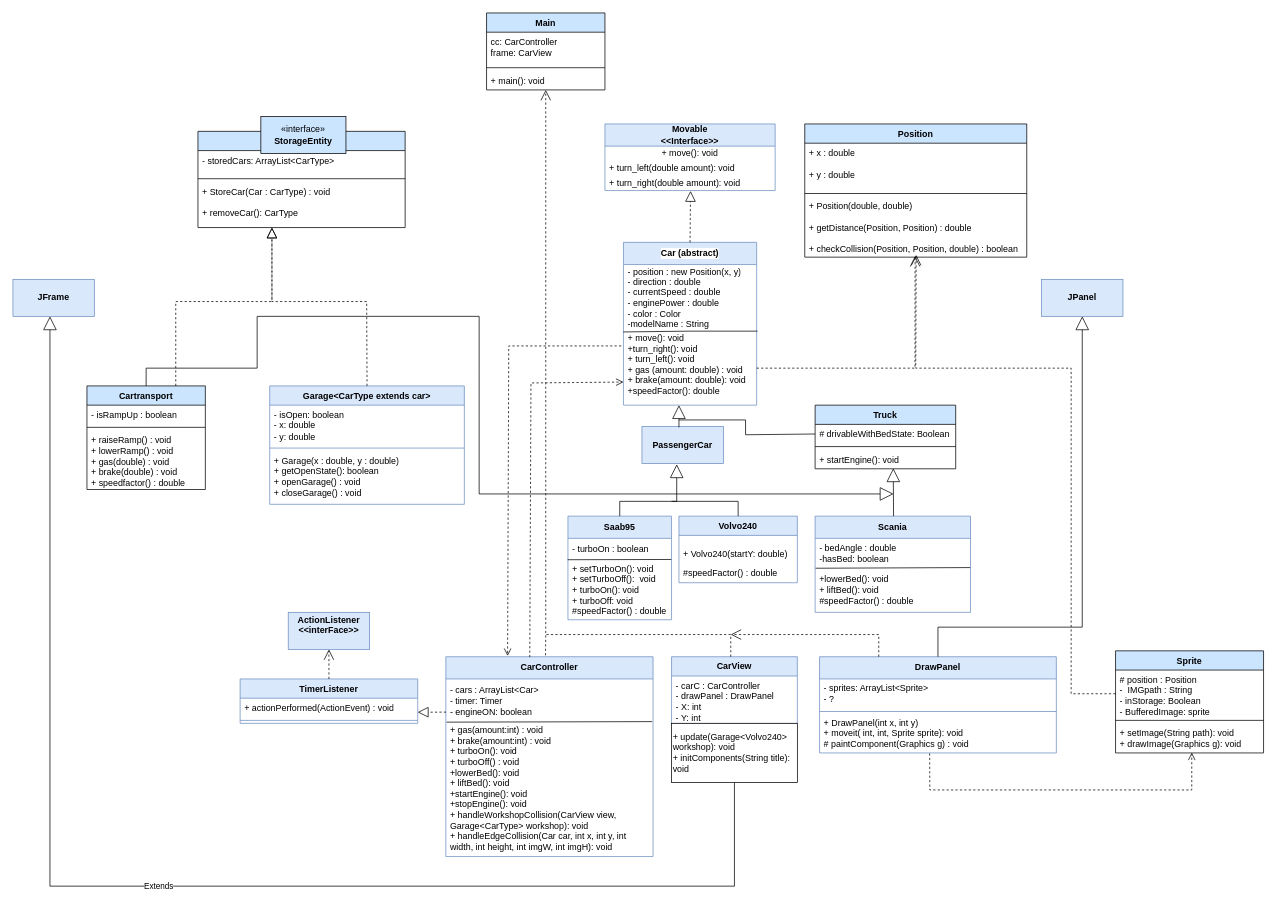
The draw.io diagram .idea/Namnlöst diagram.drawio in Jollan123/lab1, before the edit. Source tidied: cells renumbered, new cells numbered last; positions are measured from the earlier drawing's top-left corner, leaving out a move shared by most shapes. Both pictures are drawn from the tidied source at 74%, with x=0, y=0 at pixel (13, 13).
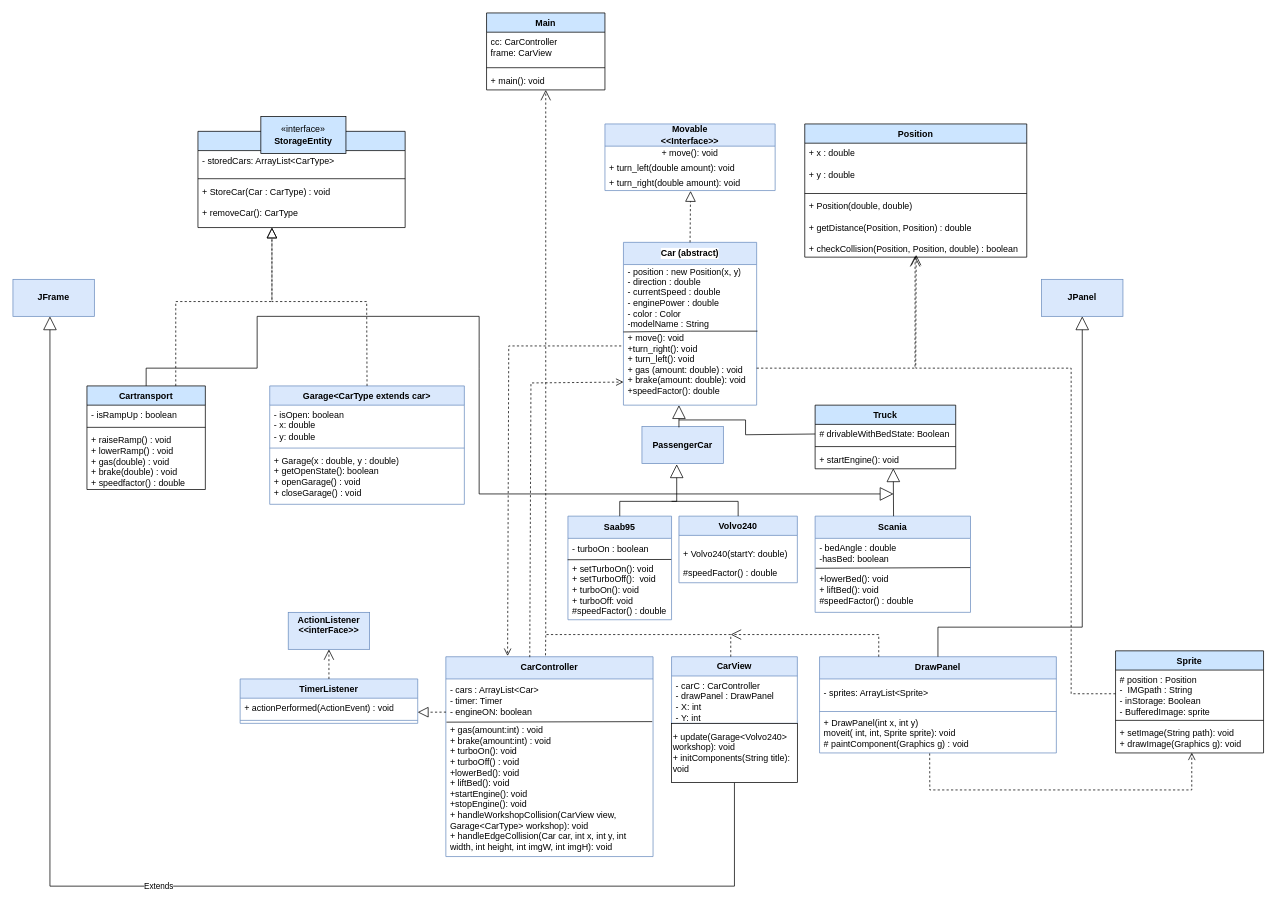
The same diagram, later.

The change refers to these unchanged cells:
```xml
<mxCell id="22" value="&lt;b&gt;DrawPanel&lt;/b&gt;" style="swimlane;fontStyle=0;horizontal=1;startSize=30;whiteSpace=wrap;html=1;fillColor=#dae8fc;strokeColor=#6c8ebf;" parent="1" vertex="1">
  <mxGeometry x="1090" y="870" width="320" height="130" as="geometry" />
</mxCell>
```

What changed in the source:
```diff
@@
-    <mxCell id="23" value="&lt;div&gt;- sprites: ArrayList&amp;lt;Sprite&amp;gt;&amp;nbsp;&lt;/div&gt;- ?" style="text;strokeColor=none;fillColor=none;align=left;verticalAlign=middle;spacingLeft=4;spacingRight=4;overflow=hidden;whiteSpace=wrap;html=1;" parent="22" vertex="1">
+    <mxCell id="23" value="&lt;div&gt;- sprites: ArrayList&amp;lt;Sprite&amp;gt;&amp;nbsp;&lt;/div&gt;" style="text;strokeColor=none;fillColor=none;align=left;verticalAlign=middle;spacingLeft=4;spacingRight=4;overflow=hidden;whiteSpace=wrap;html=1;" parent="22" vertex="1">
       <mxGeometry y="30" width="320" height="40" as="geometry" />
     </mxCell>
@@
-    <mxCell id="25" value="+ DrawPanel(int x, int y)&lt;div&gt;+ moveit( int, int, Sprite sprite): void&lt;/div&gt;&lt;div&gt;# paintComponent(Graphics g) : void&lt;/div&gt;" style="text;strokeColor=none;fillColor=none;align=left;verticalAlign=middle;spacingLeft=4;spacingRight=4;overflow=hidden;points=[[0,0.5],[1,0.5]];portConstraint=eastwest;whiteSpace=wrap;html=1;" parent="22" vertex="1">
+    <mxCell id="25" value="+ DrawPanel(int x, int y)&lt;div&gt;moveit( int, int, Sprite sprite): void&lt;/div&gt;&lt;div&gt;# paintComponent(Graphics g) : void&lt;/div&gt;" style="text;strokeColor=none;fillColor=none;align=left;verticalAlign=middle;spacingLeft=4;spacingRight=4;overflow=hidden;points=[[0,0.5],[1,0.5]];portConstraint=eastwest;whiteSpace=wrap;html=1;" parent="22" vertex="1">
       <mxGeometry y="78" width="320" height="52" as="geometry" />
     </mxCell>
```
